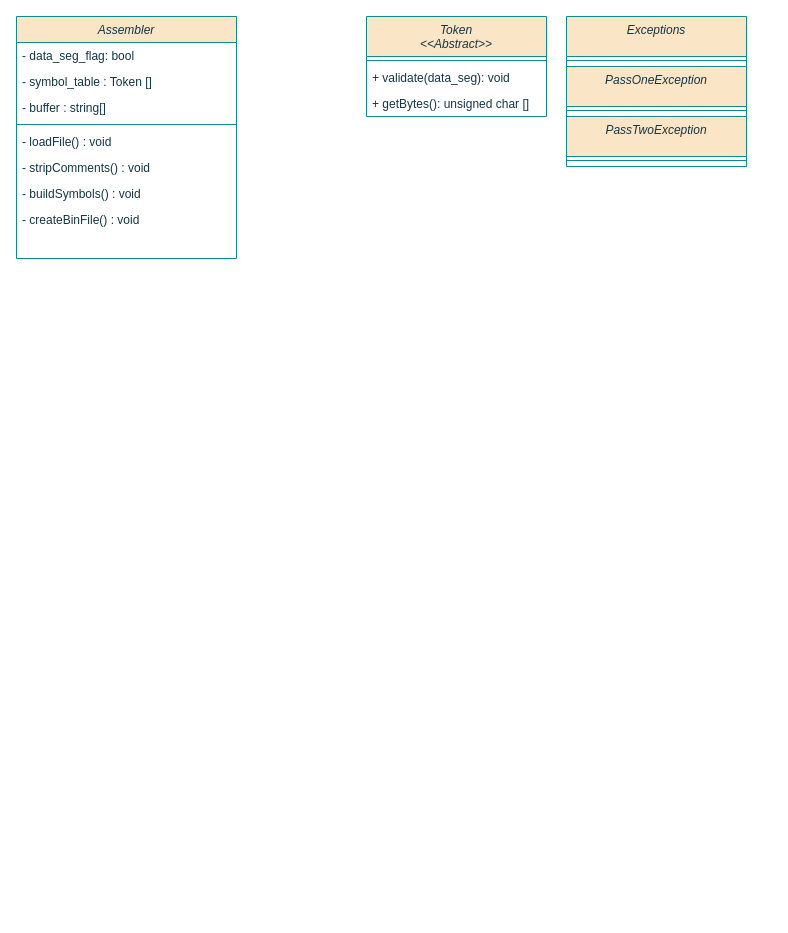
podefero/VirtualAssembler keeps this draw.io diagram as design/drawio/P2/ClassUML.drawio. Above is the earlier version. Source tidied: cells renumbered, new cells numbered last; positions are measured from the earlier drawing's top-left corner, leaving out a move shared by most shapes. Both pictures are drawn from the tidied source at 100%, with x=0, y=0 at pixel (16, 16).
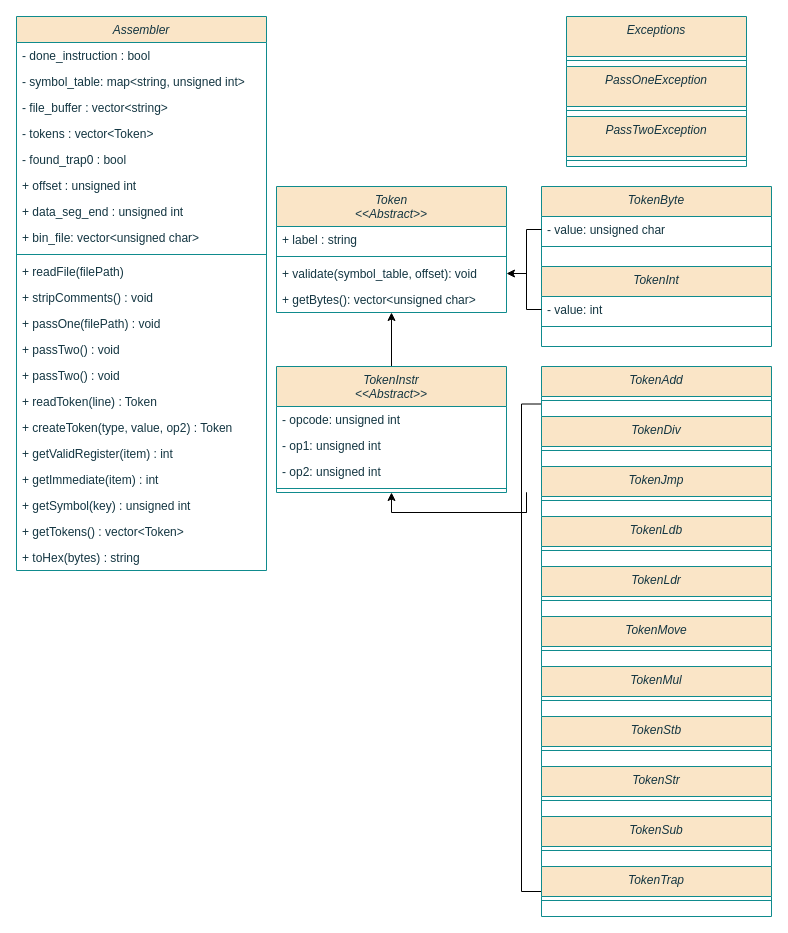
After the change.

What changed in the source:
```diff
@@
     <mxCell id="2" value="Assembler" style="swimlane;fontStyle=2;align=center;verticalAlign=top;horizontal=1;startSize=26;rounded=0;shadow=0;strokeWidth=1;labelBackgroundColor=none;fillColor=#FAE5C7;strokeColor=#0F8B8D;fontColor=#143642;" parent="1" vertex="1">
-      <mxGeometry width="220" height="242" as="geometry" />
+      <mxGeometry width="250" height="554" as="geometry" />
     </mxCell>
-    <mxCell id="3" value="- data_seg_flag: bool" style="text;align=left;verticalAlign=top;spacingLeft=4;spacingRight=4;overflow=hidden;labelBackgroundColor=none;fontColor=#143642;" parent="2" vertex="1">
-      <mxGeometry y="26" width="220" height="26" as="geometry" />
+    <mxCell id="3" value="- done_instruction : bool" style="text;align=left;verticalAlign=top;spacingLeft=4;spacingRight=4;overflow=hidden;labelBackgroundColor=none;fontColor=#143642;" parent="2" vertex="1">
+      <mxGeometry y="26" width="250" height="26" as="geometry" />
     </mxCell>
-    <mxCell id="4" value="- symbol_table : Token []" style="text;align=left;verticalAlign=top;spacingLeft=4;spacingRight=4;overflow=hidden;labelBackgroundColor=none;fontColor=#143642;" parent="2" vertex="1">
-      <mxGeometry y="52" width="220" height="26" as="geometry" />
+    <mxCell id="4" value="- symbol_table: map&lt;string, unsigned int&gt;" style="text;align=left;verticalAlign=top;spacingLeft=4;spacingRight=4;overflow=hidden;labelBackgroundColor=none;fontColor=#143642;" parent="2" vertex="1">
+      <mxGeometry y="52" width="250" height="26" as="geometry" />
     </mxCell>
-    <mxCell id="5" value="- buffer : string[]" style="text;align=left;verticalAlign=top;spacingLeft=4;spacingRight=4;overflow=hidden;labelBackgroundColor=none;fontColor=#143642;" parent="2" vertex="1">
-      <mxGeometry y="78" width="220" height="26" as="geometry" />
+    <mxCell id="5" value="- file_buffer : vector&lt;string&gt;" style="text;align=left;verticalAlign=top;spacingLeft=4;spacingRight=4;overflow=hidden;labelBackgroundColor=none;fontColor=#143642;" parent="2" vertex="1">
+      <mxGeometry y="78" width="250" height="26" as="geometry" />
     </mxCell>
+    <mxCell id="21" value="- tokens : vector&lt;Token&gt;" style="text;align=left;verticalAlign=top;spacingLeft=4;spacingRight=4;overflow=hidden;labelBackgroundColor=none;fontColor=#143642;" parent="2" vertex="1">
+      <mxGeometry y="104" width="250" height="26" as="geometry" />
+    </mxCell>
+    <mxCell id="22" value="- found_trap0 : bool" style="text;align=left;verticalAlign=top;spacingLeft=4;spacingRight=4;overflow=hidden;labelBackgroundColor=none;fontColor=#143642;" parent="2" vertex="1">
+      <mxGeometry y="130" width="250" height="26" as="geometry" />
+    </mxCell>
+    <mxCell id="23" value="+ offset : unsigned int" style="text;align=left;verticalAlign=top;spacingLeft=4;spacingRight=4;overflow=hidden;labelBackgroundColor=none;fontColor=#143642;" parent="2" vertex="1">
+      <mxGeometry y="156" width="250" height="26" as="geometry" />
+    </mxCell>
+    <mxCell id="24" value="+ data_seg_end : unsigned int" style="text;align=left;verticalAlign=top;spacingLeft=4;spacingRight=4;overflow=hidden;labelBackgroundColor=none;fontColor=#143642;" parent="2" vertex="1">
+      <mxGeometry y="182" width="250" height="26" as="geometry" />
+    </mxCell>
+    <mxCell id="25" value="+ bin_file: vector&lt;unsigned char&gt;" style="text;align=left;verticalAlign=top;spacingLeft=4;spacingRight=4;overflow=hidden;labelBackgroundColor=none;fontColor=#143642;" parent="2" vertex="1">
+      <mxGeometry y="208" width="250" height="26" as="geometry" />
+    </mxCell>
     <mxCell id="6" style="line;html=1;strokeWidth=1;align=left;verticalAlign=middle;spacingTop=-1;spacingLeft=3;spacingRight=3;labelPosition=right;labelBackgroundColor=none;fillColor=#FAE5C7;strokeColor=#0F8B8D;fontColor=#143642;" parent="2" vertex="1">
-      <mxGeometry y="104" width="220" height="8" as="geometry" />
+      <mxGeometry y="234" width="250" height="8" as="geometry" />
     </mxCell>
-    <mxCell id="7" value="- loadFile() : void" style="text;align=left;verticalAlign=top;spacingLeft=4;spacingRight=4;overflow=hidden;labelBackgroundColor=none;fontColor=#143642;" parent="2" vertex="1">
-      <mxGeometry y="112" width="220" height="26" as="geometry" />
+    <mxCell id="7" value="+ readFile(filePath)" style="text;align=left;verticalAlign=top;spacingLeft=4;spacingRight=4;overflow=hidden;labelBackgroundColor=none;fontColor=#143642;" parent="2" vertex="1">
+      <mxGeometry y="242" width="250" height="26" as="geometry" />
     </mxCell>
-    <mxCell id="8" value="- stripComments() : void" style="text;align=left;verticalAlign=top;spacingLeft=4;spacingRight=4;overflow=hidden;labelBackgroundColor=none;fontColor=#143642;" parent="2" vertex="1">
-      <mxGeometry y="138" width="220" height="26" as="geometry" />
+    <mxCell id="8" value="+ stripComments() : void" style="text;align=left;verticalAlign=top;spacingLeft=4;spacingRight=4;overflow=hidden;labelBackgroundColor=none;fontColor=#143642;" parent="2" vertex="1">
+      <mxGeometry y="268" width="250" height="26" as="geometry" />
     </mxCell>
-    <mxCell id="9" value="- buildSymbols() : void" style="text;align=left;verticalAlign=top;spacingLeft=4;spacingRight=4;overflow=hidden;labelBackgroundColor=none;fontColor=#143642;" parent="2" vertex="1">
-      <mxGeometry y="164" width="220" height="26" as="geometry" />
-    </mxCell>
-    <mxCell id="10" value="- createBinFile() : void" style="text;align=left;verticalAlign=top;spacingLeft=4;spacingRight=4;overflow=hidden;labelBackgroundColor=none;fontColor=#143642;" parent="2" vertex="1">
-      <mxGeometry y="190" width="220" height="26" as="geometry" />
-    </mxCell>
+    <mxCell id="26" value="+ passOne(filePath) : void&#10;" style="text;align=left;verticalAlign=top;spacingLeft=4;spacingRight=4;overflow=hidden;labelBackgroundColor=none;fontColor=#143642;" parent="2" vertex="1">
+      <mxGeometry y="294" width="250" height="26" as="geometry" />
+    </mxCell>
+    <mxCell id="27" value="+ passTwo() : void" style="text;align=left;verticalAlign=top;spacingLeft=4;spacingRight=4;overflow=hidden;labelBackgroundColor=none;fontColor=#143642;" parent="2" vertex="1">
+      <mxGeometry y="320" width="250" height="26" as="geometry" />
+    </mxCell>
+    <mxCell id="28" value="+ passTwo() : void" style="text;align=left;verticalAlign=top;spacingLeft=4;spacingRight=4;overflow=hidden;labelBackgroundColor=none;fontColor=#143642;" parent="2" vertex="1">
+      <mxGeometry y="346" width="250" height="26" as="geometry" />
+    </mxCell>
+    <mxCell id="29" value="+ readToken(line) : Token" style="text;align=left;verticalAlign=top;spacingLeft=4;spacingRight=4;overflow=hidden;labelBackgroundColor=none;fontColor=#143642;" parent="2" vertex="1">
+      <mxGeometry y="372" width="250" height="26" as="geometry" />
+    </mxCell>
+    <mxCell id="30" value="+ createToken(type, value, op2) : Token" style="text;align=left;verticalAlign=top;spacingLeft=4;spacingRight=4;overflow=hidden;labelBackgroundColor=none;fontColor=#143642;" parent="2" vertex="1">
+      <mxGeometry y="398" width="250" height="26" as="geometry" />
+    </mxCell>
+    <mxCell id="31" value="+ getValidRegister(item) : int" style="text;align=left;verticalAlign=top;spacingLeft=4;spacingRight=4;overflow=hidden;labelBackgroundColor=none;fontColor=#143642;" parent="2" vertex="1">
+      <mxGeometry y="424" width="250" height="26" as="geometry" />
+    </mxCell>
+    <mxCell id="32" value="+ getImmediate(item) : int" style="text;align=left;verticalAlign=top;spacingLeft=4;spacingRight=4;overflow=hidden;labelBackgroundColor=none;fontColor=#143642;" parent="2" vertex="1">
+      <mxGeometry y="450" width="250" height="26" as="geometry" />
+    </mxCell>
+    <mxCell id="33" value="+ getSymbol(key) : unsigned int" style="text;align=left;verticalAlign=top;spacingLeft=4;spacingRight=4;overflow=hidden;labelBackgroundColor=none;fontColor=#143642;" parent="2" vertex="1">
+      <mxGeometry y="476" width="250" height="26" as="geometry" />
+    </mxCell>
+    <mxCell id="34" value="+ getTokens() : vector&lt;Token&gt;" style="text;align=left;verticalAlign=top;spacingLeft=4;spacingRight=4;overflow=hidden;labelBackgroundColor=none;fontColor=#143642;" parent="2" vertex="1">
+      <mxGeometry y="502" width="250" height="26" as="geometry" />
+    </mxCell>
+    <mxCell id="35" value="+ toHex(bytes) : string" style="text;align=left;verticalAlign=top;spacingLeft=4;spacingRight=4;overflow=hidden;labelBackgroundColor=none;fontColor=#143642;" parent="2" vertex="1">
+      <mxGeometry y="528" width="250" height="26" as="geometry" />
+    </mxCell>
+    <mxCell id="36" style="edgeStyle=orthogonalEdgeStyle;rounded=0;jettySize=auto;html=1;startArrow=classic;startFill=1;endArrow=none;endFill=0;entryX=0.5;entryY=0;entryDx=0;entryDy=0;" parent="1" edge="1" source="11" target="45">
+      <mxGeometry relative="1" as="geometry" />
+    </mxCell>
     <mxCell id="11" value="Token&#10;&lt;&lt;Abstract&gt;&gt;" style="swimlane;fontStyle=2;align=center;verticalAlign=top;horizontal=1;startSize=40;rounded=0;shadow=0;strokeWidth=1;labelBackgroundColor=none;fillColor=#FAE5C7;strokeColor=#0F8B8D;fontColor=#143642;" parent="1" vertex="1">
-      <mxGeometry x="350" width="180" height="100" as="geometry" />
+      <mxGeometry x="260" y="170" width="230" height="126" as="geometry" />
     </mxCell>
+    <mxCell id="37" value="+ label : string" style="text;align=left;verticalAlign=top;spacingLeft=4;spacingRight=4;overflow=hidden;labelBackgroundColor=none;fontColor=#143642;" parent="11" vertex="1">
+      <mxGeometry y="40" width="230" height="26" as="geometry" />
+    </mxCell>
     <mxCell id="12" style="line;html=1;strokeWidth=1;align=left;verticalAlign=middle;spacingTop=-1;spacingLeft=3;spacingRight=3;labelPosition=right;labelBackgroundColor=none;fillColor=#FAE5C7;strokeColor=#0F8B8D;fontColor=#143642;" parent="11" vertex="1">
-      <mxGeometry y="40" width="180" height="8" as="geometry" />
+      <mxGeometry y="66" width="230" height="8" as="geometry" />
     </mxCell>
-    <mxCell id="13" value="+ validate(data_seg): void&#10;" style="text;align=left;verticalAlign=top;spacingLeft=4;spacingRight=4;overflow=hidden;points=[[0,0.5],[1,0.5]];portConstraint=eastwest;labelBackgroundColor=none;fontColor=#143642;" parent="11" vertex="1">
-      <mxGeometry y="48" width="180" height="26" as="geometry" />
+    <mxCell id="13" value="+ validate(symbol_table, offset): void&#10;" style="text;align=left;verticalAlign=top;spacingLeft=4;spacingRight=4;overflow=hidden;points=[[0,0.5],[1,0.5]];portConstraint=eastwest;labelBackgroundColor=none;fontColor=#143642;" parent="11" vertex="1">
+      <mxGeometry y="74" width="230" height="26" as="geometry" />
     </mxCell>
-    <mxCell id="14" value="+ getBytes(): unsigned char []" style="text;align=left;verticalAlign=top;spacingLeft=4;spacingRight=4;overflow=hidden;labelBackgroundColor=none;fontColor=#143642;" parent="11" vertex="1">
-      <mxGeometry y="74" width="180" height="26" as="geometry" />
+    <mxCell id="14" value="+ getBytes(): vector&lt;unsigned char&gt;" style="text;align=left;verticalAlign=top;spacingLeft=4;spacingRight=4;overflow=hidden;labelBackgroundColor=none;fontColor=#143642;" parent="11" vertex="1">
+      <mxGeometry y="100" width="230" height="26" as="geometry" />
     </mxCell>
@@
+    <mxCell id="38" value="TokenByte&#10;" style="swimlane;fontStyle=2;align=center;verticalAlign=top;horizontal=1;startSize=30;rounded=0;shadow=0;strokeWidth=1;labelBackgroundColor=none;fillColor=#FAE5C7;strokeColor=#0F8B8D;fontColor=#143642;" parent="1" vertex="1">
+      <mxGeometry x="525" y="170" width="230" height="80" as="geometry" />
+    </mxCell>
+    <mxCell id="39" value="- value: unsigned char" style="text;align=left;verticalAlign=top;spacingLeft=4;spacingRight=4;overflow=hidden;points=[[0,0.5],[1,0.5]];portConstraint=eastwest;labelBackgroundColor=none;fontColor=#143642;" parent="38" vertex="1">
+      <mxGeometry y="30" width="230" height="26" as="geometry" />
+    </mxCell>
+    <mxCell id="40" style="line;html=1;strokeWidth=1;align=left;verticalAlign=middle;spacingTop=-1;spacingLeft=3;spacingRight=3;labelPosition=right;labelBackgroundColor=none;fillColor=#FAE5C7;strokeColor=#0F8B8D;fontColor=#143642;" parent="38" vertex="1">
+      <mxGeometry y="56" width="230" height="8" as="geometry" />
+    </mxCell>
+    <mxCell id="41" value="TokenInt" style="swimlane;fontStyle=2;align=center;verticalAlign=top;horizontal=1;startSize=30;rounded=0;shadow=0;strokeWidth=1;labelBackgroundColor=none;fillColor=#FAE5C7;strokeColor=#0F8B8D;fontColor=#143642;" parent="1" vertex="1">
+      <mxGeometry x="525" y="250" width="230" height="80" as="geometry" />
+    </mxCell>
+    <mxCell id="42" value="- value: int" style="text;align=left;verticalAlign=top;spacingLeft=4;spacingRight=4;overflow=hidden;points=[[0,0.5],[1,0.5]];portConstraint=eastwest;labelBackgroundColor=none;fontColor=#143642;" parent="41" vertex="1">
+      <mxGeometry y="30" width="230" height="26" as="geometry" />
+    </mxCell>
+    <mxCell id="43" style="line;html=1;strokeWidth=1;align=left;verticalAlign=middle;spacingTop=-1;spacingLeft=3;spacingRight=3;labelPosition=right;labelBackgroundColor=none;fillColor=#FAE5C7;strokeColor=#0F8B8D;fontColor=#143642;" parent="41" vertex="1">
+      <mxGeometry y="56" width="230" height="8" as="geometry" />
+    </mxCell>
+    <mxCell id="44" style="edgeStyle=orthogonalEdgeStyle;rounded=0;jettySize=auto;html=1;exitX=0.5;exitY=1;exitDx=0;exitDy=0;startArrow=classic;startFill=1;endArrow=none;endFill=0;" parent="1" edge="1" source="45">
+      <mxGeometry relative="1" as="geometry">
+        <mxPoint x="510" y="496" as="targetPoint" />
+      </mxGeometry>
+    </mxCell>
+    <mxCell id="45" value="TokenInstr&#10;&lt;&lt;Abstract&gt;&gt;" style="swimlane;fontStyle=2;align=center;verticalAlign=top;horizontal=1;startSize=40;rounded=0;shadow=0;strokeWidth=1;labelBackgroundColor=none;fillColor=#FAE5C7;strokeColor=#0F8B8D;fontColor=#143642;" parent="1" vertex="1">
+      <mxGeometry x="260" y="350" width="230" height="126" as="geometry" />
+    </mxCell>
+    <mxCell id="46" value="- opcode: unsigned int" style="text;align=left;verticalAlign=top;spacingLeft=4;spacingRight=4;overflow=hidden;labelBackgroundColor=none;fontColor=#143642;" parent="45" vertex="1">
+      <mxGeometry y="40" width="230" height="26" as="geometry" />
+    </mxCell>
+    <mxCell id="47" value="- op1: unsigned int" style="text;align=left;verticalAlign=top;spacingLeft=4;spacingRight=4;overflow=hidden;labelBackgroundColor=none;fontColor=#143642;" parent="45" vertex="1">
+      <mxGeometry y="66" width="230" height="26" as="geometry" />
+    </mxCell>
+    <mxCell id="48" value="- op2: unsigned int" style="text;align=left;verticalAlign=top;spacingLeft=4;spacingRight=4;overflow=hidden;labelBackgroundColor=none;fontColor=#143642;" parent="45" vertex="1">
+      <mxGeometry y="92" width="230" height="26" as="geometry" />
+    </mxCell>
+    <mxCell id="49" style="line;html=1;strokeWidth=1;align=left;verticalAlign=middle;spacingTop=-1;spacingLeft=3;spacingRight=3;labelPosition=right;labelBackgroundColor=none;fillColor=#FAE5C7;strokeColor=#0F8B8D;fontColor=#143642;" parent="45" vertex="1">
+      <mxGeometry y="118" width="230" height="8" as="geometry" />
+    </mxCell>
+    <mxCell id="50" style="edgeStyle=orthogonalEdgeStyle;rounded=0;jettySize=auto;html=1;exitX=0;exitY=0.75;exitDx=0;exitDy=0;entryX=0;entryY=0.5;entryDx=0;entryDy=0;startArrow=none;startFill=0;endArrow=none;endFill=0;" parent="1" edge="1" source="51" target="71">
+      <mxGeometry relative="1" as="geometry" />
+    </mxCell>
+    <mxCell id="51" value="TokenAdd" style="swimlane;fontStyle=2;align=center;verticalAlign=top;horizontal=1;startSize=30;rounded=0;shadow=0;strokeWidth=1;labelBackgroundColor=none;fillColor=#FAE5C7;strokeColor=#0F8B8D;fontColor=#143642;" parent="1" vertex="1">
+      <mxGeometry x="525" y="350" width="230" height="50" as="geometry" />
+    </mxCell>
+    <mxCell id="52" style="line;html=1;strokeWidth=1;align=left;verticalAlign=middle;spacingTop=-1;spacingLeft=3;spacingRight=3;labelPosition=right;labelBackgroundColor=none;fillColor=#FAE5C7;strokeColor=#0F8B8D;fontColor=#143642;" parent="51" vertex="1">
+      <mxGeometry y="30" width="230" height="8" as="geometry" />
+    </mxCell>
+    <mxCell id="53" value="TokenDiv" style="swimlane;fontStyle=2;align=center;verticalAlign=top;horizontal=1;startSize=30;rounded=0;shadow=0;strokeWidth=1;labelBackgroundColor=none;fillColor=#FAE5C7;strokeColor=#0F8B8D;fontColor=#143642;" parent="1" vertex="1">
+      <mxGeometry x="525" y="400" width="230" height="50" as="geometry" />
+    </mxCell>
+    <mxCell id="54" style="line;html=1;strokeWidth=1;align=left;verticalAlign=middle;spacingTop=-1;spacingLeft=3;spacingRight=3;labelPosition=right;labelBackgroundColor=none;fillColor=#FAE5C7;strokeColor=#0F8B8D;fontColor=#143642;" parent="53" vertex="1">
+      <mxGeometry y="30" width="230" height="8" as="geometry" />
+    </mxCell>
+    <mxCell id="55" value="TokenJmp" style="swimlane;fontStyle=2;align=center;verticalAlign=top;horizontal=1;startSize=30;rounded=0;shadow=0;strokeWidth=1;labelBackgroundColor=none;fillColor=#FAE5C7;strokeColor=#0F8B8D;fontColor=#143642;" parent="1" vertex="1">
+      <mxGeometry x="525" y="450" width="230" height="50" as="geometry" />
+    </mxCell>
+    <mxCell id="56" style="line;html=1;strokeWidth=1;align=left;verticalAlign=middle;spacingTop=-1;spacingLeft=3;spacingRight=3;labelPosition=right;labelBackgroundColor=none;fillColor=#FAE5C7;strokeColor=#0F8B8D;fontColor=#143642;" parent="55" vertex="1">
+      <mxGeometry y="30" width="230" height="8" as="geometry" />
+    </mxCell>
+    <mxCell id="57" value="TokenLdb" style="swimlane;fontStyle=2;align=center;verticalAlign=top;horizontal=1;startSize=30;rounded=0;shadow=0;strokeWidth=1;labelBackgroundColor=none;fillColor=#FAE5C7;strokeColor=#0F8B8D;fontColor=#143642;" parent="1" vertex="1">
+      <mxGeometry x="525" y="500" width="230" height="50" as="geometry" />
+    </mxCell>
+    <mxCell id="58" style="line;html=1;strokeWidth=1;align=left;verticalAlign=middle;spacingTop=-1;spacingLeft=3;spacingRight=3;labelPosition=right;labelBackgroundColor=none;fillColor=#FAE5C7;strokeColor=#0F8B8D;fontColor=#143642;" parent="57" vertex="1">
+      <mxGeometry y="30" width="230" height="8" as="geometry" />
+    </mxCell>
+    <mxCell id="59" value="TokenLdr" style="swimlane;fontStyle=2;align=center;verticalAlign=top;horizontal=1;startSize=30;rounded=0;shadow=0;strokeWidth=1;labelBackgroundColor=none;fillColor=#FAE5C7;strokeColor=#0F8B8D;fontColor=#143642;" parent="1" vertex="1">
+      <mxGeometry x="525" y="550" width="230" height="50" as="geometry" />
+    </mxCell>
+    <mxCell id="60" style="line;html=1;strokeWidth=1;align=left;verticalAlign=middle;spacingTop=-1;spacingLeft=3;spacingRight=3;labelPosition=right;labelBackgroundColor=none;fillColor=#FAE5C7;strokeColor=#0F8B8D;fontColor=#143642;" parent="59" vertex="1">
+      <mxGeometry y="30" width="230" height="8" as="geometry" />
+    </mxCell>
+    <mxCell id="61" value="TokenMove" style="swimlane;fontStyle=2;align=center;verticalAlign=top;horizontal=1;startSize=30;rounded=0;shadow=0;strokeWidth=1;labelBackgroundColor=none;fillColor=#FAE5C7;strokeColor=#0F8B8D;fontColor=#143642;" parent="1" vertex="1">
+      <mxGeometry x="525" y="600" width="230" height="50" as="geometry" />
+    </mxCell>
+    <mxCell id="62" style="line;html=1;strokeWidth=1;align=left;verticalAlign=middle;spacingTop=-1;spacingLeft=3;spacingRight=3;labelPosition=right;labelBackgroundColor=none;fillColor=#FAE5C7;strokeColor=#0F8B8D;fontColor=#143642;" parent="61" vertex="1">
+      <mxGeometry y="30" width="230" height="8" as="geometry" />
+    </mxCell>
+    <mxCell id="63" value="TokenMul" style="swimlane;fontStyle=2;align=center;verticalAlign=top;horizontal=1;startSize=30;rounded=0;shadow=0;strokeWidth=1;labelBackgroundColor=none;fillColor=#FAE5C7;strokeColor=#0F8B8D;fontColor=#143642;" parent="1" vertex="1">
+      <mxGeometry x="525" y="650" width="230" height="50" as="geometry" />
+    </mxCell>
+    <mxCell id="64" style="line;html=1;strokeWidth=1;align=left;verticalAlign=middle;spacingTop=-1;spacingLeft=3;spacingRight=3;labelPosition=right;labelBackgroundColor=none;fillColor=#FAE5C7;strokeColor=#0F8B8D;fontColor=#143642;" parent="63" vertex="1">
+      <mxGeometry y="30" width="230" height="8" as="geometry" />
+    </mxCell>
+    <mxCell id="65" value="TokenStb" style="swimlane;fontStyle=2;align=center;verticalAlign=top;horizontal=1;startSize=30;rounded=0;shadow=0;strokeWidth=1;labelBackgroundColor=none;fillColor=#FAE5C7;strokeColor=#0F8B8D;fontColor=#143642;" parent="1" vertex="1">
+      <mxGeometry x="525" y="700" width="230" height="50" as="geometry" />
+    </mxCell>
+    <mxCell id="66" style="line;html=1;strokeWidth=1;align=left;verticalAlign=middle;spacingTop=-1;spacingLeft=3;spacingRight=3;labelPosition=right;labelBackgroundColor=none;fillColor=#FAE5C7;strokeColor=#0F8B8D;fontColor=#143642;" parent="65" vertex="1">
+      <mxGeometry y="30" width="230" height="8" as="geometry" />
+    </mxCell>
+    <mxCell id="67" value="TokenStr" style="swimlane;fontStyle=2;align=center;verticalAlign=top;horizontal=1;startSize=30;rounded=0;shadow=0;strokeWidth=1;labelBackgroundColor=none;fillColor=#FAE5C7;strokeColor=#0F8B8D;fontColor=#143642;" parent="1" vertex="1">
+      <mxGeometry x="525" y="750" width="230" height="50" as="geometry" />
+    </mxCell>
+    <mxCell id="68" style="line;html=1;strokeWidth=1;align=left;verticalAlign=middle;spacingTop=-1;spacingLeft=3;spacingRight=3;labelPosition=right;labelBackgroundColor=none;fillColor=#FAE5C7;strokeColor=#0F8B8D;fontColor=#143642;" parent="67" vertex="1">
+      <mxGeometry y="30" width="230" height="8" as="geometry" />
+    </mxCell>
+    <mxCell id="69" value="TokenSub" style="swimlane;fontStyle=2;align=center;verticalAlign=top;horizontal=1;startSize=30;rounded=0;shadow=0;strokeWidth=1;labelBackgroundColor=none;fillColor=#FAE5C7;strokeColor=#0F8B8D;fontColor=#143642;" parent="1" vertex="1">
+      <mxGeometry x="525" y="800" width="230" height="50" as="geometry" />
+    </mxCell>
+    <mxCell id="70" style="line;html=1;strokeWidth=1;align=left;verticalAlign=middle;spacingTop=-1;spacingLeft=3;spacingRight=3;labelPosition=right;labelBackgroundColor=none;fillColor=#FAE5C7;strokeColor=#0F8B8D;fontColor=#143642;" parent="69" vertex="1">
+      <mxGeometry y="30" width="230" height="8" as="geometry" />
+    </mxCell>
+    <mxCell id="71" value="TokenTrap" style="swimlane;fontStyle=2;align=center;verticalAlign=top;horizontal=1;startSize=30;rounded=0;shadow=0;strokeWidth=1;labelBackgroundColor=none;fillColor=#FAE5C7;strokeColor=#0F8B8D;fontColor=#143642;" parent="1" vertex="1">
+      <mxGeometry x="525" y="850" width="230" height="50" as="geometry" />
+    </mxCell>
+    <mxCell id="72" style="line;html=1;strokeWidth=1;align=left;verticalAlign=middle;spacingTop=-1;spacingLeft=3;spacingRight=3;labelPosition=right;labelBackgroundColor=none;fillColor=#FAE5C7;strokeColor=#0F8B8D;fontColor=#143642;" parent="71" vertex="1">
+      <mxGeometry y="30" width="230" height="8" as="geometry" />
+    </mxCell>
+    <mxCell id="73" style="edgeStyle=orthogonalEdgeStyle;rounded=0;jettySize=auto;html=1;exitX=0;exitY=0.5;exitDx=0;exitDy=0;entryX=0;entryY=0.5;entryDx=0;entryDy=0;endArrow=none;endFill=0;" parent="1" edge="1" source="39" target="42">
+      <mxGeometry relative="1" as="geometry">
+        <Array as="points">
+          <mxPoint x="510" y="213" />
+          <mxPoint x="510" y="293" />
+        </Array>
+      </mxGeometry>
+    </mxCell>
+    <mxCell id="74" style="edgeStyle=orthogonalEdgeStyle;rounded=0;jettySize=auto;html=1;exitX=1;exitY=0.5;exitDx=0;exitDy=0;endArrow=none;endFill=0;startArrow=classic;startFill=1;" parent="1" edge="1" source="13">
+      <mxGeometry relative="1" as="geometry">
+        <mxPoint x="510" y="257" as="targetPoint" />
+      </mxGeometry>
+    </mxCell>
```
